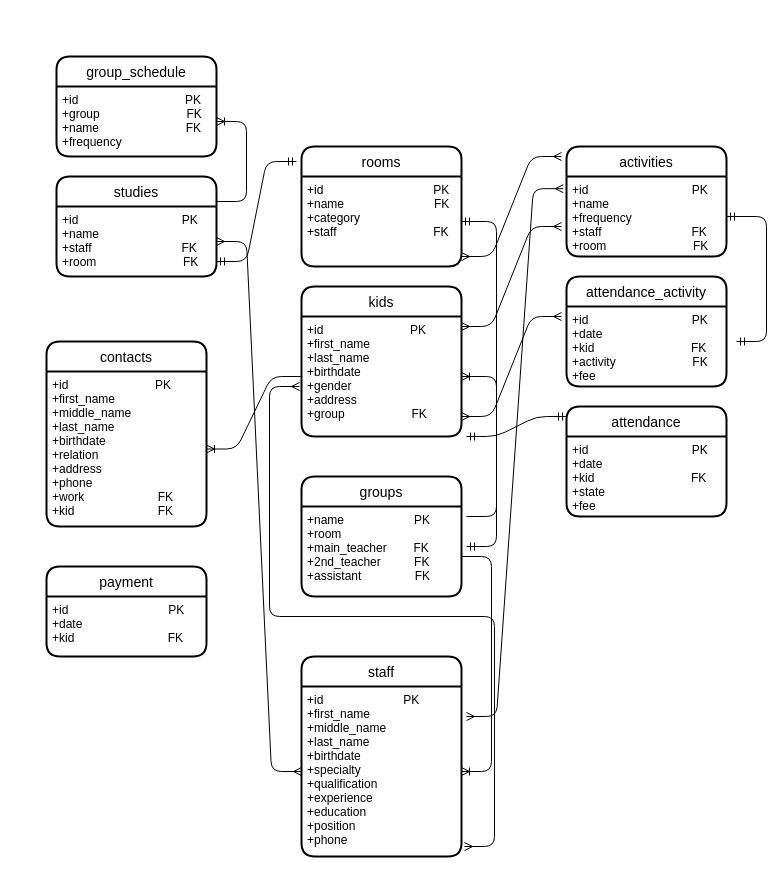
Above: Kindergarten.drawio in Emma664/World-population (draw.io), before the change. Source tidied: cells renumbered, new cells numbered last; positions are measured from the earlier drawing's top-left corner, leaving out a move shared by most shapes. Both pictures are drawn from the tidied source at 100%, with x=0, y=0 at pixel (46, 56).
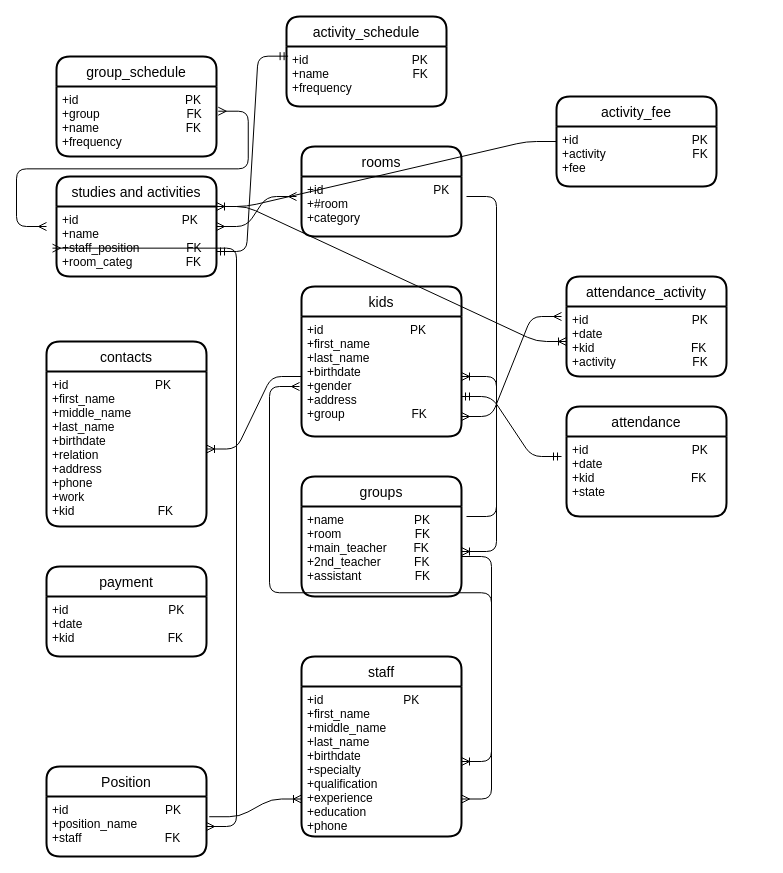
The same diagram, later.

Unchanged cells that the change refers to:
```xml
<mxCell id="6" value="contacts" style="swimlane;horizontal=1;startSize=30;rounded=1;fontSize=14;fontStyle=0;strokeWidth=2;shadow=0;dashed=0;align=center;" parent="1" vertex="1">
  <mxGeometry y="285" width="160" height="185" as="geometry" />
</mxCell>
<mxCell id="10" value="groups" style="swimlane;horizontal=1;startSize=30;rounded=1;fontSize=14;fontStyle=0;strokeWidth=2;shadow=0;dashed=0;align=center;" parent="1" vertex="1">
  <mxGeometry x="255" y="420" width="160" height="120" as="geometry" />
</mxCell>
<mxCell id="21" value="attendance" style="swimlane;horizontal=1;startSize=30;rounded=1;fontSize=14;fontStyle=0;strokeWidth=2;shadow=0;dashed=0;align=center;" parent="1" vertex="1">
  <mxGeometry x="520" y="350" width="160" height="110" as="geometry" />
</mxCell>
<mxCell id="34" value="+id                                PK&#10;+group                          FK&#10;+name                          FK&#10;+frequency                   " style="align=left;strokeColor=none;fillColor=none;spacingLeft=4;fontSize=12;verticalAlign=top;" parent="33" vertex="1">
  <mxGeometry y="30" width="160" height="70" as="geometry" />
</mxCell>
```

What changed in the source:
```diff
@@
-    <mxCell id="2" value="activities" style="swimlane;horizontal=1;startSize=30;rounded=1;fontSize=14;fontStyle=0;strokeWidth=2;shadow=0;dashed=0;align=center;" parent="1" vertex="1">
-      <mxGeometry x="520" y="90" width="160" height="110" as="geometry" />
-    </mxCell>
-    <mxCell id="3" value="+id                               PK&#10;+name&#10;+frequency&#10;+staff                           FK&#10;+room                          FK" style="align=left;strokeColor=none;fillColor=none;spacingLeft=4;fontSize=12;verticalAlign=top;" parent="2" vertex="1">
-      <mxGeometry y="30" width="160" height="80" as="geometry" />
-    </mxCell>
     <mxCell id="4" value="rooms" style="swimlane;horizontal=1;startSize=30;rounded=1;fontSize=14;fontStyle=0;strokeWidth=2;shadow=0;dashed=0;align=center;" parent="1" vertex="1">
-      <mxGeometry x="255" y="90" width="160" height="120" as="geometry" />
+      <mxGeometry x="255" y="90" width="160" height="90" as="geometry" />
     </mxCell>
-    <mxCell id="5" value="+id                                 PK&#10;+name                           FK&#10;+category&#10;+staff                             FK" style="align=left;strokeColor=none;fillColor=none;spacingLeft=4;fontSize=12;verticalAlign=top;" parent="4" vertex="1">
-      <mxGeometry y="30" width="160" height="90" as="geometry" />
+    <mxCell id="5" value="+id                                 PK&#10;+#room                           &#10;+category&#10;" style="align=left;strokeColor=none;fillColor=none;spacingLeft=4;fontSize=12;verticalAlign=top;" parent="4" vertex="1">
+      <mxGeometry y="30" width="160" height="60" as="geometry" />
     </mxCell>
@@
-    <mxCell id="7" value="+id                          PK&#10;+first_name&#10;+middle_name&#10;+last_name&#10;+birthdate&#10;+relation&#10;+address&#10;+phone&#10;+work                      FK&#10;+kid                         FK" style="align=left;strokeColor=none;fillColor=none;spacingLeft=4;fontSize=12;verticalAlign=top;" parent="6" vertex="1">
+    <mxCell id="7" value="+id                          PK&#10;+first_name&#10;+middle_name&#10;+last_name&#10;+birthdate&#10;+relation&#10;+address&#10;+phone&#10;+work                      &#10;+kid                         FK" style="align=left;strokeColor=none;fillColor=none;spacingLeft=4;fontSize=12;verticalAlign=top;" parent="6" vertex="1">
       <mxGeometry y="30" width="160" height="155" as="geometry" />
     </mxCell>
@@
-    <mxCell id="9" style="edgeStyle=entityRelationEdgeStyle;fontSize=12;html=1;endArrow=ERmany;startArrow=ERmany;jumpStyle=none;" parent="1" edge="1">
+    <mxCell id="9" style="edgeStyle=entityRelationEdgeStyle;fontSize=12;html=1;endArrow=ERmany;startArrow=ERmany;jumpStyle=none;exitX=1;exitY=0.75;exitDx=0;exitDy=0;" parent="1" edge="1" source="14">
       <mxGeometry relative="1" as="geometry">
-        <mxPoint x="418" y="790" as="sourcePoint" />
         <mxPoint x="253" y="330" as="targetPoint" />
       </mxGeometry>
     </mxCell>
@@
-    <mxCell id="11" value="+name                     PK&#10;+room&#10;+main_teacher        FK&#10;+2nd_teacher          FK&#10;+assistant                FK" style="align=left;strokeColor=none;fillColor=none;spacingLeft=4;fontSize=12;verticalAlign=top;" parent="10" vertex="1">
+    <mxCell id="11" value="+name                     PK&#10;+room                      FK&#10;+main_teacher        FK&#10;+2nd_teacher          FK&#10;+assistant                FK" style="align=left;strokeColor=none;fillColor=none;spacingLeft=4;fontSize=12;verticalAlign=top;" parent="10" vertex="1">
       <mxGeometry y="30" width="160" height="90" as="geometry" />
     </mxCell>
@@
     <mxCell id="13" value="staff" style="swimlane;horizontal=1;startSize=30;rounded=1;fontSize=14;fontStyle=0;strokeWidth=2;shadow=0;dashed=0;align=center;" parent="1" vertex="1">
-      <mxGeometry x="255" y="600" width="160" height="200" as="geometry" />
+      <mxGeometry x="255" y="600" width="160" height="180" as="geometry" />
     </mxCell>
-    <mxCell id="14" value="+id                        PK&#10;+first_name&#10;+middle_name&#10;+last_name&#10;+birthdate&#10;+specialty&#10;+qualification&#10;+experience&#10;+education&#10;+position&#10;+phone" style="align=left;strokeColor=none;fillColor=none;spacingLeft=4;fontSize=12;verticalAlign=top;" parent="13" vertex="1">
-      <mxGeometry y="30" width="160" height="170" as="geometry" />
+    <mxCell id="14" value="+id                        PK&#10;+first_name&#10;+middle_name&#10;+last_name&#10;+birthdate&#10;+specialty&#10;+qualification&#10;+experience&#10;+education&#10;+phone" style="align=left;strokeColor=none;fillColor=none;spacingLeft=4;fontSize=12;verticalAlign=top;" parent="13" vertex="1">
+      <mxGeometry y="30" width="160" height="150" as="geometry" />
     </mxCell>
-    <mxCell id="15" style="edgeStyle=entityRelationEdgeStyle;fontSize=12;html=1;endArrow=ERmany;startArrow=ERmany;" parent="1" edge="1">
-      <mxGeometry relative="1" as="geometry">
-        <mxPoint x="415" y="270" as="sourcePoint" />
-        <mxPoint x="515" y="170" as="targetPoint" />
-      </mxGeometry>
-    </mxCell>
     <mxCell id="16" style="edgeStyle=entityRelationEdgeStyle;fontSize=12;html=1;endArrow=ERmandOne;startArrow=ERmandOne;" parent="1" edge="1">
       <mxGeometry relative="1" as="geometry">
-        <mxPoint x="420" y="380" as="sourcePoint" />
-        <mxPoint x="520" y="360" as="targetPoint" />
+        <mxPoint x="415" y="340" as="sourcePoint" />
+        <mxPoint x="515" y="400" as="targetPoint" />
       </mxGeometry>
     </mxCell>
@@
-    <mxCell id="20" style="edgeStyle=entityRelationEdgeStyle;fontSize=12;html=1;endArrow=ERmany;startArrow=ERmany;" parent="1" edge="1">
-      <mxGeometry relative="1" as="geometry">
-        <mxPoint x="415" y="200" as="sourcePoint" />
-        <mxPoint x="515" y="100" as="targetPoint" />
-      </mxGeometry>
-    </mxCell>
@@
-    <mxCell id="22" value="+id                               PK&#10;+date&#10;+kid                             FK&#10;+state&#10;+fee" style="align=left;strokeColor=none;fillColor=none;spacingLeft=4;fontSize=12;verticalAlign=top;" parent="21" vertex="1">
+    <mxCell id="22" value="+id                               PK&#10;+date&#10;+kid                             FK&#10;+state&#10;" style="align=left;strokeColor=none;fillColor=none;spacingLeft=4;fontSize=12;verticalAlign=top;" parent="21" vertex="1">
       <mxGeometry y="30" width="160" height="80" as="geometry" />
     </mxCell>
@@
-    <mxCell id="24" style="edgeStyle=entityRelationEdgeStyle;fontSize=12;html=1;endArrow=ERmandOne;startArrow=ERmandOne;" parent="1" edge="1" target="3">
-      <mxGeometry relative="1" as="geometry">
-        <mxPoint x="690" y="285" as="sourcePoint" />
-      </mxGeometry>
-    </mxCell>
     <mxCell id="25" value="attendance_activity" style="swimlane;horizontal=1;startSize=30;rounded=1;fontSize=14;fontStyle=0;strokeWidth=2;shadow=0;dashed=0;align=center;" parent="1" vertex="1">
-      <mxGeometry x="520" y="220" width="160" height="110" as="geometry" />
+      <mxGeometry x="520" y="220" width="160" height="100" as="geometry" />
     </mxCell>
-    <mxCell id="26" value="+id                               PK&#10;+date&#10;+kid                             FK&#10;+activity                       FK&#10;+fee" style="align=left;strokeColor=none;fillColor=none;spacingLeft=4;fontSize=12;verticalAlign=top;" parent="25" vertex="1">
-      <mxGeometry y="30" width="160" height="80" as="geometry" />
+    <mxCell id="26" value="+id                               PK&#10;+date&#10;+kid                             FK&#10;+activity                       FK" style="align=left;strokeColor=none;fillColor=none;spacingLeft=4;fontSize=12;verticalAlign=top;" parent="25" vertex="1">
+      <mxGeometry y="30" width="160" height="70" as="geometry" />
     </mxCell>
-    <mxCell id="27" style="edgeStyle=entityRelationEdgeStyle;fontSize=12;html=1;endArrow=ERmany;startArrow=ERmany;entryX=-0.02;entryY=0.152;entryDx=0;entryDy=0;entryPerimeter=0;" parent="1" edge="1" target="3">
-      <mxGeometry relative="1" as="geometry">
-        <mxPoint x="420" y="660" as="sourcePoint" />
-      </mxGeometry>
-    </mxCell>
-    <mxCell id="28" style="edgeStyle=entityRelationEdgeStyle;fontSize=12;html=1;endArrow=ERmandOne;startArrow=ERmandOne;" parent="1" edge="1">
-      <mxGeometry relative="1" as="geometry">
-        <mxPoint x="170" y="205" as="sourcePoint" />
-        <mxPoint x="250" y="105" as="targetPoint" />
-      </mxGeometry>
-    </mxCell>
@@
-    <mxCell id="31" value="studies" style="swimlane;horizontal=1;startSize=30;rounded=1;fontSize=14;fontStyle=0;strokeWidth=2;shadow=0;dashed=0;align=center;" parent="1" vertex="1">
+    <mxCell id="31" value="studies and activities" style="swimlane;horizontal=1;startSize=30;rounded=1;fontSize=14;fontStyle=0;strokeWidth=2;shadow=0;dashed=0;align=center;" parent="1" vertex="1">
       <mxGeometry x="10" y="120" width="160" height="100" as="geometry" />
     </mxCell>
-    <mxCell id="32" value="+id                               PK&#10;+name&#10;+staff                           FK&#10;+room                          FK" style="align=left;strokeColor=none;fillColor=none;spacingLeft=4;fontSize=12;verticalAlign=top;" parent="31" vertex="1">
+    <mxCell id="32" value="+id                               PK&#10;+name&#10;+staff_position              FK&#10;+room_categ                FK" style="align=left;strokeColor=none;fillColor=none;spacingLeft=4;fontSize=12;verticalAlign=top;" parent="31" vertex="1">
       <mxGeometry y="30" width="160" height="70" as="geometry" />
     </mxCell>
@@
-    <mxCell id="35" style="edgeStyle=entityRelationEdgeStyle;fontSize=12;html=1;endArrow=ERoneToMany;exitX=1;exitY=0.25;exitDx=0;exitDy=0;" parent="1" edge="1" source="31" target="34">
-      <mxGeometry relative="1" as="geometry" />
-    </mxCell>
-    <mxCell id="36" style="edgeStyle=entityRelationEdgeStyle;fontSize=12;html=1;endArrow=ERmandOne;startArrow=ERmandOne;" parent="1" edge="1" target="5">
-      <mxGeometry relative="1" as="geometry">
-        <mxPoint x="420" y="490" as="sourcePoint" />
-      </mxGeometry>
-    </mxCell>
-    <mxCell id="37" style="edgeStyle=entityRelationEdgeStyle;fontSize=12;html=1;endArrow=ERmany;startArrow=ERmany;" parent="1" edge="1" source="14" target="32">
-      <mxGeometry relative="1" as="geometry" />
-    </mxCell>
+    <mxCell id="38" style="edgeStyle=entityRelationEdgeStyle;fontSize=12;html=1;endArrow=ERoneToMany;exitX=1.017;exitY=0.337;exitDx=0;exitDy=0;exitPerimeter=0;entryX=0;entryY=0.75;entryDx=0;entryDy=0;" parent="1" edge="1" source="44" target="14">
+      <mxGeometry relative="1" as="geometry" />
+    </mxCell>
+    <mxCell id="39" style="edgeStyle=entityRelationEdgeStyle;fontSize=12;html=1;endArrow=ERoneToMany;" parent="1" edge="1" target="11">
+      <mxGeometry relative="1" as="geometry">
+        <mxPoint x="420" y="140" as="sourcePoint" />
+      </mxGeometry>
+    </mxCell>
+    <mxCell id="40" style="edgeStyle=entityRelationEdgeStyle;fontSize=12;html=1;endArrow=ERmany;startArrow=ERmany;exitX=1.011;exitY=0.353;exitDx=0;exitDy=0;exitPerimeter=0;" parent="1" edge="1" source="34">
+      <mxGeometry relative="1" as="geometry">
+        <mxPoint y="170" as="targetPoint" />
+      </mxGeometry>
+    </mxCell>
+    <mxCell id="41" style="edgeStyle=entityRelationEdgeStyle;fontSize=12;html=1;endArrow=ERmany;startArrow=ERmany;exitX=1;exitY=0.5;exitDx=0;exitDy=0;" parent="1" edge="1" source="31">
+      <mxGeometry relative="1" as="geometry">
+        <mxPoint x="250" y="140" as="targetPoint" />
+      </mxGeometry>
+    </mxCell>
+    <mxCell id="42" style="edgeStyle=entityRelationEdgeStyle;fontSize=12;html=1;endArrow=ERmany;startArrow=ERmany;entryX=-0.025;entryY=0.595;entryDx=0;entryDy=0;entryPerimeter=0;" parent="1" edge="1" source="44" target="32">
+      <mxGeometry relative="1" as="geometry" />
+    </mxCell>
+    <mxCell id="43" value="Position" style="swimlane;horizontal=1;startSize=30;rounded=1;fontSize=14;fontStyle=0;strokeWidth=2;shadow=0;dashed=0;align=center;" parent="1" vertex="1">
+      <mxGeometry y="710" width="160" height="90" as="geometry" />
+    </mxCell>
+    <mxCell id="44" value="+id                             PK&#10;+position_name&#10;+staff                         FK&#10;" style="align=left;strokeColor=none;fillColor=none;spacingLeft=4;fontSize=12;verticalAlign=top;" parent="43" vertex="1">
+      <mxGeometry y="30" width="160" height="60" as="geometry" />
+    </mxCell>
+    <mxCell id="45" value="activity_schedule" style="swimlane;horizontal=1;startSize=30;rounded=1;fontSize=14;fontStyle=0;strokeWidth=2;shadow=0;dashed=0;align=center;" parent="1" vertex="1">
+      <mxGeometry x="240" y="-40" width="160" height="90" as="geometry" />
+    </mxCell>
+    <mxCell id="46" value="+id                               PK&#10;+name                         FK&#10;+frequency" style="align=left;strokeColor=none;fillColor=none;spacingLeft=4;fontSize=12;verticalAlign=top;" parent="45" vertex="1">
+      <mxGeometry y="30" width="160" height="60" as="geometry" />
+    </mxCell>
+    <mxCell id="47" style="edgeStyle=entityRelationEdgeStyle;fontSize=12;html=1;endArrow=ERmandOne;startArrow=ERmandOne;exitX=1;exitY=0.75;exitDx=0;exitDy=0;entryX=0.01;entryY=0.161;entryDx=0;entryDy=0;entryPerimeter=0;" parent="1" edge="1" source="31" target="46">
+      <mxGeometry relative="1" as="geometry" />
+    </mxCell>
+    <mxCell id="48" style="edgeStyle=entityRelationEdgeStyle;fontSize=12;html=1;endArrow=ERoneToMany;entryX=0;entryY=0.5;entryDx=0;entryDy=0;exitX=1;exitY=0;exitDx=0;exitDy=0;" parent="1" edge="1" source="32" target="26">
+      <mxGeometry relative="1" as="geometry" />
+    </mxCell>
+    <mxCell id="49" value="activity_fee" style="swimlane;horizontal=1;startSize=30;rounded=1;fontSize=14;fontStyle=0;strokeWidth=2;shadow=0;dashed=0;align=center;" parent="1" vertex="1">
+      <mxGeometry x="510" y="40" width="160" height="90" as="geometry" />
+    </mxCell>
+    <mxCell id="50" value="+id                                  PK&#10;+activity                          FK&#10;+fee" style="align=left;strokeColor=none;fillColor=none;spacingLeft=4;fontSize=12;verticalAlign=top;" parent="49" vertex="1">
+      <mxGeometry y="30" width="160" height="60" as="geometry" />
+    </mxCell>
+    <mxCell id="51" style="edgeStyle=entityRelationEdgeStyle;fontSize=12;html=1;endArrow=ERoneToMany;exitX=0;exitY=0.25;exitDx=0;exitDy=0;entryX=1;entryY=0;entryDx=0;entryDy=0;" parent="1" edge="1" source="50" target="32">
+      <mxGeometry relative="1" as="geometry" />
+    </mxCell>
```
